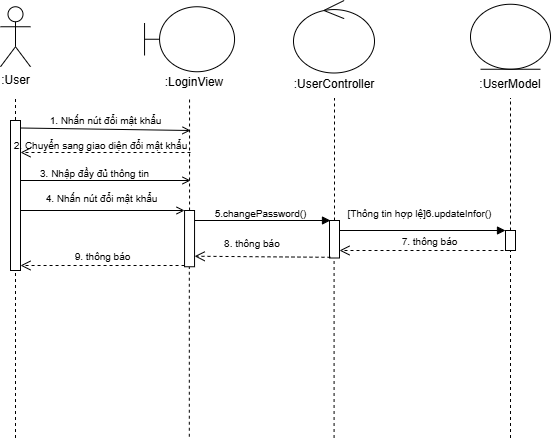
Above: Sequence Diagram/Quản lý tài khoản/doi_mat_khau.drawio.png in brown2004/PTTKHT-project (draw.io), before the change. Source tidied: cells renumbered, new cells last; positions are measured from the earlier drawing's top-left corner, leaving out a move shared by most shapes. Its diagram source:
```xml
<mxGraphModel>
  <root>
    <mxCell id="0" />
    <mxCell id="1" parent="0" />
    <mxCell id="2" value=":User" style="shape=umlActor;verticalLabelPosition=bottom;verticalAlign=top;html=1;" parent="1" vertex="1">
      <mxGeometry y="6.2" width="30" height="60" as="geometry" />
    </mxCell>
    <mxCell id="3" style="endArrow=none;dashed=1;html=1;rounded=0;" parent="1" edge="1">
      <mxGeometry relative="1" as="geometry">
        <mxPoint x="15" y="437.5" as="sourcePoint" />
        <mxPoint x="15" y="97.5" as="targetPoint" />
      </mxGeometry>
    </mxCell>
    <mxCell id="4" style="shape=umlBoundary;whiteSpace=wrap;html=1;" parent="1" vertex="1">
      <mxGeometry x="144" y="6.2" width="90" height="65" as="geometry" />
    </mxCell>
    <mxCell id="5" style="ellipse;shape=umlControl;whiteSpace=wrap;html=1;" parent="1" vertex="1">
      <mxGeometry x="293" width="81" height="72.5" as="geometry" />
    </mxCell>
    <mxCell id="6" style="ellipse;shape=umlEntity;whiteSpace=wrap;html=1;" parent="1" vertex="1">
      <mxGeometry x="470" y="3.8" width="80" height="65" as="geometry" />
    </mxCell>
    <mxCell id="7" style="endArrow=none;dashed=1;html=1;rounded=0;" parent="1" edge="1" source="15">
      <mxGeometry relative="1" as="geometry">
        <mxPoint x="189" y="96.2" as="targetPoint" />
      </mxGeometry>
    </mxCell>
    <mxCell id="8" style="endArrow=none;dashed=1;html=1;rounded=0;" parent="1" edge="1" source="17">
      <mxGeometry relative="1" as="geometry">
        <mxPoint x="334" y="97.5" as="targetPoint" />
      </mxGeometry>
    </mxCell>
    <mxCell id="9" style="endArrow=none;dashed=1;html=1;rounded=0;" parent="1" edge="1" source="22">
      <mxGeometry relative="1" as="geometry">
        <mxPoint x="510" y="97.5" as="targetPoint" />
      </mxGeometry>
    </mxCell>
    <mxCell id="10" value="&lt;font style=&quot;font-size: 10px;&quot;&gt;1. Nhấn nút đổi mật khẩu&lt;/font&gt;" style="html=1;verticalAlign=bottom;startArrow=none;startFill=0;endArrow=open;curved=0;rounded=0;endFill=0;" parent="1" edge="1">
      <mxGeometry relative="1" as="geometry">
        <mxPoint x="20" y="127.5" as="sourcePoint" />
        <mxPoint x="190" y="130" as="targetPoint" />
      </mxGeometry>
    </mxCell>
    <mxCell id="11" style="html=1;points=[[0,0,0,0,5],[0,1,0,0,-5],[1,0,0,0,5],[1,1,0,0,-5]];perimeter=orthogonalPerimeter;outlineConnect=0;targetShapes=umlLifeline;portConstraint=eastwest;newEdgeStyle={&quot;curved&quot;:0,&quot;rounded&quot;:0};" parent="1" vertex="1">
      <mxGeometry x="10" y="120" width="10" height="150" as="geometry" />
    </mxCell>
    <mxCell id="12" style="html=1;verticalAlign=bottom;startArrow=none;startFill=0;endArrow=block;curved=0;rounded=0;endFill=1;" parent="1" edge="1" source="15">
      <mxGeometry relative="1" as="geometry">
        <mxPoint x="330" y="220" as="targetPoint" />
      </mxGeometry>
    </mxCell>
    <mxCell id="13" value="&lt;span style=&quot;font-size: 10px;&quot;&gt;5.changePassword()&lt;/span&gt;" style="text;html=1;align=center;verticalAlign=middle;strokeColor=none;fillColor=none;" parent="1" vertex="1">
      <mxGeometry x="200" y="197.5" width="120" height="30" as="geometry" />
    </mxCell>
    <mxCell id="14" style="endArrow=none;dashed=1;html=1;rounded=0;" parent="1" edge="1" target="15">
      <mxGeometry relative="1" as="geometry">
        <mxPoint x="188.8" y="436.2" as="sourcePoint" />
      </mxGeometry>
    </mxCell>
    <mxCell id="15" style="html=1;points=[[0,0,0,0,5],[0,1,0,0,-5],[1,0,0,0,5],[1,1,0,0,-5]];perimeter=orthogonalPerimeter;outlineConnect=0;targetShapes=umlLifeline;portConstraint=eastwest;newEdgeStyle={&quot;curved&quot;:0,&quot;rounded&quot;:0};" parent="1" vertex="1">
      <mxGeometry x="184" y="210" width="10" height="56.2" as="geometry" />
    </mxCell>
    <mxCell id="16" style="endArrow=none;dashed=1;html=1;rounded=0;" parent="1" edge="1" target="17">
      <mxGeometry relative="1" as="geometry">
        <mxPoint x="333.6" y="437.5" as="sourcePoint" />
      </mxGeometry>
    </mxCell>
    <mxCell id="17" style="html=1;points=[[0,0,0,0,5],[0,1,0,0,-5],[1,0,0,0,5],[1,1,0,0,-5]];perimeter=orthogonalPerimeter;outlineConnect=0;targetShapes=umlLifeline;portConstraint=eastwest;newEdgeStyle={&quot;curved&quot;:0,&quot;rounded&quot;:0};" parent="1" vertex="1">
      <mxGeometry x="329" y="220" width="10" height="37.5" as="geometry" />
    </mxCell>
    <mxCell id="18" style="html=1;verticalAlign=bottom;startArrow=none;startFill=0;endArrow=block;curved=0;rounded=0;endFill=1;" parent="1" edge="1" target="22">
      <mxGeometry relative="1" as="geometry">
        <mxPoint x="339" y="230" as="sourcePoint" />
      </mxGeometry>
    </mxCell>
    <mxCell id="19" value="&lt;span style=&quot;font-size: 10px;&quot;&gt;[Thông tin hợp lệ]6.updateInfor()&lt;/span&gt;" style="text;html=1;align=center;verticalAlign=middle;strokeColor=none;fillColor=none;" parent="1" vertex="1">
      <mxGeometry x="334" y="197.5" width="170" height="30" as="geometry" />
    </mxCell>
    <mxCell id="20" value="&lt;font style=&quot;font-size: 10px;&quot;&gt;7. thông báo&lt;/font&gt;" style="html=1;verticalAlign=bottom;endArrow=open;dashed=1;endSize=8;curved=0;rounded=0;" parent="1" edge="1">
      <mxGeometry x="-0.06" relative="1" as="geometry">
        <mxPoint x="509" y="250" as="sourcePoint" />
        <mxPoint x="339" y="250" as="targetPoint" />
      </mxGeometry>
    </mxCell>
    <mxCell id="21" style="endArrow=none;dashed=1;html=1;rounded=0;" parent="1" edge="1" target="22">
      <mxGeometry relative="1" as="geometry">
        <mxPoint x="510" y="437.5" as="sourcePoint" />
      </mxGeometry>
    </mxCell>
    <mxCell id="22" style="html=1;points=[[0,0,0,0,5],[0,1,0,0,-5],[1,0,0,0,5],[1,1,0,0,-5]];perimeter=orthogonalPerimeter;outlineConnect=0;targetShapes=umlLifeline;portConstraint=eastwest;newEdgeStyle={&quot;curved&quot;:0,&quot;rounded&quot;:0};" parent="1" vertex="1">
      <mxGeometry x="505" y="230" width="10" height="20" as="geometry" />
    </mxCell>
    <mxCell id="23" style="html=1;verticalAlign=bottom;endArrow=open;dashed=1;endSize=8;curved=0;rounded=0;entryX=1.006;entryY=0.813;entryDx=0;entryDy=0;entryPerimeter=0;" parent="1" edge="1" target="15">
      <mxGeometry x="0.6" y="43" relative="1" as="geometry">
        <mxPoint x="330" y="256.8" as="sourcePoint" />
      </mxGeometry>
    </mxCell>
    <mxCell id="24" value="&lt;span style=&quot;font-size: 10px;&quot;&gt;9. thông báo&lt;/span&gt;" style="html=1;verticalAlign=bottom;endArrow=open;dashed=1;endSize=8;curved=0;rounded=0;entryX=1;entryY=1;entryDx=0;entryDy=-5;entryPerimeter=0;" parent="1" edge="1" source="15" target="11">
      <mxGeometry relative="1" as="geometry" />
    </mxCell>
    <mxCell id="25" value=":LoginView" style="text;html=1;align=center;verticalAlign=middle;whiteSpace=wrap;rounded=0;" parent="1" vertex="1">
      <mxGeometry x="164" y="67.5" width="60" height="30" as="geometry" />
    </mxCell>
    <mxCell id="26" value=":UserController" style="text;html=1;align=center;verticalAlign=middle;whiteSpace=wrap;rounded=0;" parent="1" vertex="1">
      <mxGeometry x="304" y="68.8" width="60" height="30" as="geometry" />
    </mxCell>
    <mxCell id="27" value=":UserModel" style="text;html=1;align=center;verticalAlign=middle;whiteSpace=wrap;rounded=0;" parent="1" vertex="1">
      <mxGeometry x="480" y="68.8" width="60" height="30" as="geometry" />
    </mxCell>
    <mxCell id="28" style="html=1;verticalAlign=bottom;endArrow=open;dashed=1;endSize=8;curved=0;rounded=0;" parent="1" edge="1">
      <mxGeometry relative="1" as="geometry">
        <mxPoint x="190" y="152" as="sourcePoint" />
        <mxPoint x="20" y="152" as="targetPoint" />
      </mxGeometry>
    </mxCell>
    <mxCell id="29" value="&lt;font style=&quot;font-size: 10px;&quot;&gt;2. Chuyển sang giao diện đổi mật khẩu&lt;/font&gt;" style="text;html=1;align=center;verticalAlign=middle;strokeColor=none;fillColor=none;" parent="1" vertex="1">
      <mxGeometry y="130" width="200" height="30" as="geometry" />
    </mxCell>
    <mxCell id="30" style="html=1;verticalAlign=bottom;startArrow=none;startFill=0;endArrow=open;curved=0;rounded=0;endFill=0;" parent="1" edge="1">
      <mxGeometry relative="1" as="geometry">
        <mxPoint x="20" y="180" as="sourcePoint" />
        <mxPoint x="190" y="180" as="targetPoint" />
        <Array as="points">
          <mxPoint x="92.5" y="180" />
        </Array>
      </mxGeometry>
    </mxCell>
    <mxCell id="31" value="&lt;font style=&quot;font-size: 10px;&quot;&gt;3. Nhập đầy đủ thông tin&lt;/font&gt;" style="text;html=1;align=center;verticalAlign=middle;strokeColor=none;fillColor=none;" parent="1" vertex="1">
      <mxGeometry x="29.1" y="157.5" width="130" height="30" as="geometry" />
    </mxCell>
    <mxCell id="32" style="html=1;verticalAlign=bottom;startArrow=none;startFill=0;endArrow=open;curved=0;rounded=0;endFill=0;" parent="1" edge="1">
      <mxGeometry relative="1" as="geometry">
        <mxPoint x="20" y="210" as="sourcePoint" />
        <mxPoint x="184.1" y="210" as="targetPoint" />
      </mxGeometry>
    </mxCell>
    <mxCell id="33" value="&lt;font style=&quot;font-size: 10px;&quot;&gt;4. Nhấn nút đổi mật khẩu&lt;/font&gt;" style="edgeLabel;html=1;align=center;verticalAlign=middle;" parent="32" vertex="1">
      <mxGeometry x="-0.44" y="3" relative="1" as="geometry">
        <mxPoint x="34" y="-9" as="offset" />
      </mxGeometry>
    </mxCell>
    <mxCell id="34" value="&lt;font style=&quot;font-size: 10px;&quot;&gt;&amp;nbsp;8. thông báo&lt;/font&gt;" style="text;html=1;align=center;verticalAlign=middle;strokeColor=none;fillColor=none;" parent="1" vertex="1">
      <mxGeometry x="210" y="227.5" width="80" height="30" as="geometry" />
    </mxCell>
  </root>
</mxGraphModel>
```
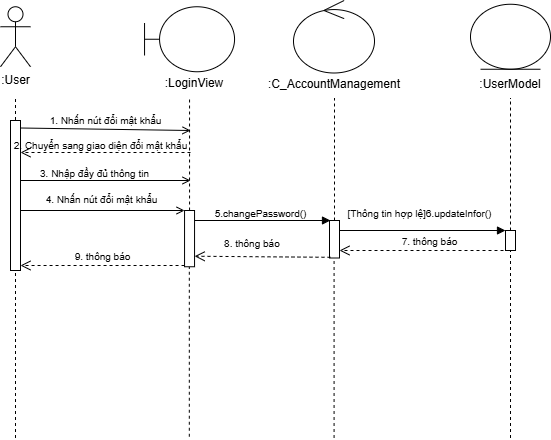
Later version of the same file.

Diff of the diagram source:
```diff
@@ -101,7 +101,7 @@
     <mxCell id="25" value=":LoginView" style="text;html=1;align=center;verticalAlign=middle;whiteSpace=wrap;rounded=0;" parent="1" vertex="1">
       <mxGeometry x="164" y="67.5" width="60" height="30" as="geometry" />
     </mxCell>
-    <mxCell id="26" value=":UserController" style="text;html=1;align=center;verticalAlign=middle;whiteSpace=wrap;rounded=0;" parent="1" vertex="1">
+    <mxCell id="26" value=":C_AccountManagement" style="text;html=1;align=center;verticalAlign=middle;whiteSpace=wrap;rounded=0;" parent="1" vertex="1">
       <mxGeometry x="304" y="68.8" width="60" height="30" as="geometry" />
     </mxCell>
     <mxCell id="27" value=":UserModel" style="text;html=1;align=center;verticalAlign=middle;whiteSpace=wrap;rounded=0;" parent="1" vertex="1">
```
